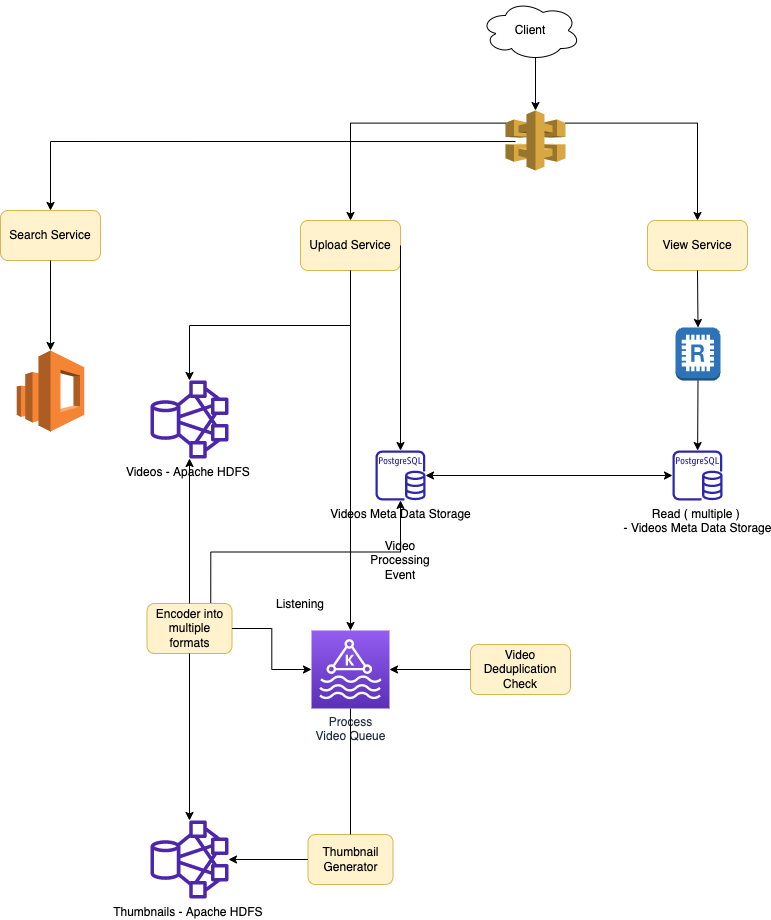
The draw.io diagram src/3_HLDDesignProblems/YouTubeVideoStreaming/HLD-YouTube-Streaming.drawio.png in Anshul619/HLD-System-Designs, before a commit. Source tidied: cells renumbered, new cells last; positions are measured from the earlier drawing's top-left corner, leaving out a move shared by most shapes.
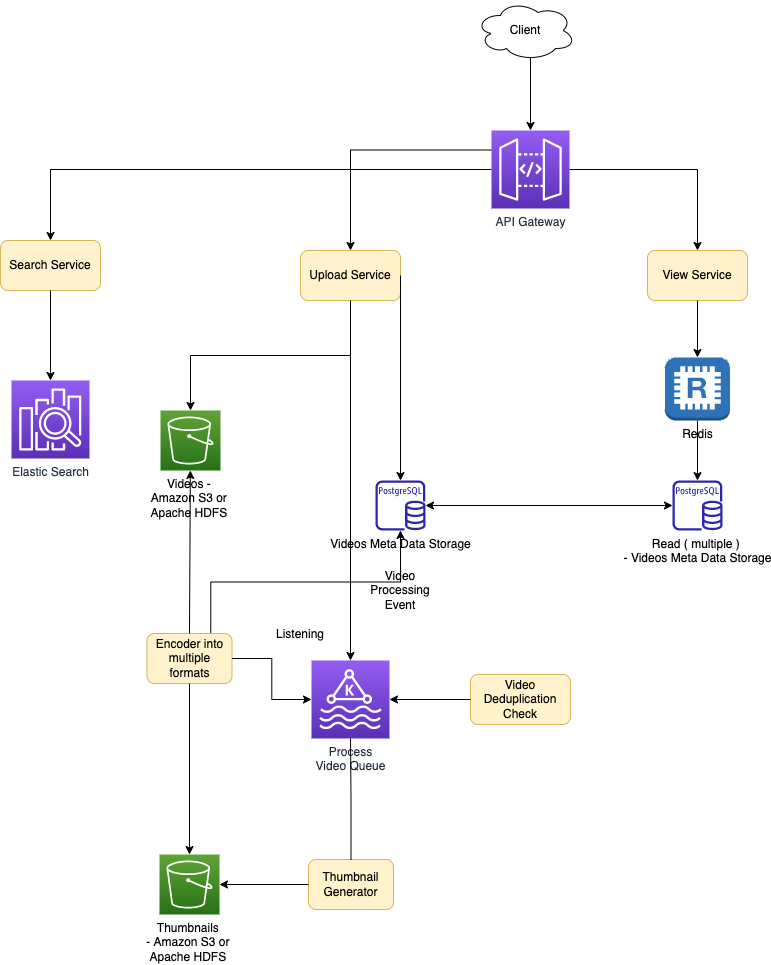
After the commit.

Change to the diagram source:
```diff
@@ -6,12 +6,9 @@
       <mxGeometry relative="1" as="geometry" />
     </mxCell>
     <mxCell id="3" value="Client" style="ellipse;shape=cloud;whiteSpace=wrap;html=1;" parent="1" vertex="1">
-      <mxGeometry x="480" width="100" height="60" as="geometry" />
+      <mxGeometry x="475" y="-30" width="100" height="60" as="geometry" />
     </mxCell>
-    <mxCell id="4" style="outlineConnect=0;dashed=0;verticalLabelPosition=bottom;verticalAlign=top;align=center;html=1;shape=mxgraph.aws3.api_gateway;fillColor=#D9A741;gradientColor=none;" parent="1" vertex="1">
-      <mxGeometry x="505" y="110" width="60" height="60" as="geometry" />
-    </mxCell>
-    <mxCell id="5" style="endArrow=classic;html=1;rounded=0;exitX=0.55;exitY=0.95;exitDx=0;exitDy=0;exitPerimeter=0;" parent="1" edge="1" source="3" target="4">
+    <mxCell id="5" style="endArrow=classic;html=1;rounded=0;exitX=0.55;exitY=0.95;exitDx=0;exitDy=0;exitPerimeter=0;entryX=0.5;entryY=0;entryDx=0;entryDy=0;entryPerimeter=0;" parent="1" edge="1" source="3" target="39">
       <mxGeometry relative="1" as="geometry" />
     </mxCell>
     <mxCell id="6" value="Upload Service" style="rounded=1;whiteSpace=wrap;html=1;fillColor=#fff2cc;strokeColor=#d6b656;" parent="1" vertex="1">
@@ -23,23 +20,23 @@
     <mxCell id="8" value="View Service" style="rounded=1;whiteSpace=wrap;html=1;fillColor=#fff2cc;strokeColor=#d6b656;" parent="1" vertex="1">
       <mxGeometry x="647" y="220" width="100" height="50" as="geometry" />
     </mxCell>
-    <mxCell id="9" style="endArrow=classic;html=1;rounded=0;entryX=0.5;entryY=0;entryDx=0;entryDy=0;exitX=0;exitY=0.21;exitDx=0;exitDy=0;exitPerimeter=0;edgeStyle=orthogonalEdgeStyle;" parent="1" edge="1" source="4" target="6">
+    <mxCell id="9" style="endArrow=classic;html=1;rounded=0;entryX=0.5;entryY=0;entryDx=0;entryDy=0;exitX=0;exitY=0.25;exitDx=0;exitDy=0;exitPerimeter=0;edgeStyle=orthogonalEdgeStyle;" parent="1" edge="1" source="39" target="6">
       <mxGeometry relative="1" as="geometry" />
     </mxCell>
-    <mxCell id="10" style="endArrow=classic;html=1;rounded=0;exitX=0.167;exitY=0.517;exitDx=0;exitDy=0;exitPerimeter=0;entryX=0.5;entryY=0;entryDx=0;entryDy=0;edgeStyle=orthogonalEdgeStyle;" parent="1" edge="1" source="4" target="7">
+    <mxCell id="10" style="endArrow=classic;html=1;rounded=0;exitX=0;exitY=0.5;exitDx=0;exitDy=0;exitPerimeter=0;entryX=0.5;entryY=0;entryDx=0;entryDy=0;edgeStyle=orthogonalEdgeStyle;" parent="1" edge="1" source="39" target="7">
       <mxGeometry relative="1" as="geometry" />
     </mxCell>
-    <mxCell id="11" style="endArrow=classic;html=1;rounded=0;exitX=1;exitY=0.21;exitDx=0;exitDy=0;exitPerimeter=0;entryX=0.5;entryY=0;entryDx=0;entryDy=0;edgeStyle=orthogonalEdgeStyle;" parent="1" edge="1" source="4" target="8">
+    <mxCell id="11" style="endArrow=classic;html=1;rounded=0;entryX=0.5;entryY=0;entryDx=0;entryDy=0;edgeStyle=orthogonalEdgeStyle;" parent="1" edge="1" source="39" target="8">
       <mxGeometry relative="1" as="geometry" />
     </mxCell>
-    <mxCell id="12" style="endArrow=classic;html=1;rounded=0;exitX=0.5;exitY=1;exitDx=0;exitDy=0;edgeStyle=orthogonalEdgeStyle;" parent="1" edge="1" source="6" target="20">
+    <mxCell id="12" style="endArrow=classic;html=1;rounded=0;exitX=0.5;exitY=1;exitDx=0;exitDy=0;edgeStyle=orthogonalEdgeStyle;entryX=0.5;entryY=0;entryDx=0;entryDy=0;entryPerimeter=0;" parent="1" edge="1" source="6" target="40">
       <mxGeometry relative="1" as="geometry" />
     </mxCell>
     <mxCell id="13" value="Encoder into multiple formats" style="rounded=1;whiteSpace=wrap;html=1;fillColor=#fff2cc;strokeColor=#d6b656;" parent="1" vertex="1">
       <mxGeometry x="146.5" y="603" width="85" height="50" as="geometry" />
     </mxCell>
     <mxCell id="14" value="Thumbnail Generator" style="rounded=1;whiteSpace=wrap;html=1;fillColor=#fff2cc;strokeColor=#d6b656;" parent="1" vertex="1">
-      <mxGeometry x="307.5" y="834" width="85" height="50" as="geometry" />
+      <mxGeometry x="308" y="829" width="85" height="50" as="geometry" />
     </mxCell>
     <mxCell id="15" style="endArrow=classic;html=1;rounded=0;edgeStyle=orthogonalEdgeStyle;" parent="1" edge="1" source="13" target="36">
       <mxGeometry relative="1" as="geometry" />
@@ -55,28 +52,19 @@
     <mxCell id="18" value="Video Processing Event" style="text;html=1;strokeColor=none;fillColor=none;align=center;verticalAlign=middle;whiteSpace=wrap;rounded=0;" parent="1" vertex="1">
       <mxGeometry x="355" y="540" width="90" height="40" as="geometry" />
     </mxCell>
-    <mxCell id="19" style="endArrow=classic;html=1;rounded=0;exitX=0;exitY=0.5;exitDx=0;exitDy=0;edgeStyle=orthogonalEdgeStyle;" parent="1" edge="1" source="14" target="21">
+    <mxCell id="19" style="endArrow=classic;html=1;rounded=0;exitX=0;exitY=0.5;exitDx=0;exitDy=0;edgeStyle=orthogonalEdgeStyle;" parent="1" edge="1" source="14" target="41">
       <mxGeometry relative="1" as="geometry" />
     </mxCell>
-    <mxCell id="20" value="&lt;span style=&quot;color: rgb(0, 0, 0);&quot;&gt;Videos - Apache HDFS&amp;nbsp;&lt;/span&gt;" style="sketch=0;outlineConnect=0;fontColor=#232F3E;gradientColor=none;fillColor=#4D27AA;strokeColor=none;dashed=0;verticalLabelPosition=bottom;verticalAlign=top;align=center;html=1;fontSize=12;fontStyle=0;shape=mxgraph.aws4.hdfs_cluster;" parent="1" vertex="1">
-      <mxGeometry x="150" y="380" width="78" height="78" as="geometry" />
-    </mxCell>
-    <mxCell id="21" value="&lt;span style=&quot;color: rgb(0, 0, 0);&quot;&gt;Thumbnails - Apache HDFS&amp;nbsp;&lt;/span&gt;" style="sketch=0;outlineConnect=0;fontColor=#232F3E;gradientColor=none;fillColor=#4D27AA;strokeColor=none;dashed=0;verticalLabelPosition=bottom;verticalAlign=top;align=center;html=1;fontSize=12;fontStyle=0;shape=mxgraph.aws4.hdfs_cluster;" parent="1" vertex="1">
-      <mxGeometry x="150" y="820" width="78" height="78" as="geometry" />
-    </mxCell>
-    <mxCell id="22" style="endArrow=classic;html=1;rounded=0;exitX=0.5;exitY=0;exitDx=0;exitDy=0;" parent="1" edge="1" source="13" target="20">
+    <mxCell id="22" style="endArrow=classic;html=1;rounded=0;exitX=0.5;exitY=0;exitDx=0;exitDy=0;" parent="1" edge="1" source="13" target="40">
       <mxGeometry relative="1" as="geometry" />
     </mxCell>
-    <mxCell id="23" style="outlineConnect=0;dashed=0;verticalLabelPosition=bottom;verticalAlign=top;align=center;html=1;shape=mxgraph.aws3.elasticsearch_service;fillColor=#F58534;gradientColor=none;" parent="1" vertex="1">
-      <mxGeometry x="16.2" y="350" width="67.5" height="81" as="geometry" />
-    </mxCell>
-    <mxCell id="24" style="endArrow=classic;html=1;rounded=0;exitX=0.5;exitY=1;exitDx=0;exitDy=0;entryX=0.5;entryY=0;entryDx=0;entryDy=0;entryPerimeter=0;" parent="1" edge="1" source="7" target="23">
+    <mxCell id="24" style="endArrow=classic;html=1;rounded=0;exitX=0.5;exitY=1;exitDx=0;exitDy=0;" parent="1" edge="1" source="7" target="38">
       <mxGeometry relative="1" as="geometry" />
     </mxCell>
     <mxCell id="25" style="endArrow=classic;html=1;rounded=0;exitX=1;exitY=0.5;exitDx=0;exitDy=0;" parent="1" edge="1" source="6" target="27">
       <mxGeometry relative="1" as="geometry" />
     </mxCell>
-    <mxCell id="26" style="endArrow=classic;html=1;rounded=0;exitX=0.5;exitY=1;exitDx=0;exitDy=0;edgeStyle=orthogonalEdgeStyle;" parent="1" edge="1" source="13" target="21">
+    <mxCell id="26" style="endArrow=classic;html=1;rounded=0;exitX=0.5;exitY=1;exitDx=0;exitDy=0;edgeStyle=orthogonalEdgeStyle;entryX=0.5;entryY=0;entryDx=0;entryDy=0;entryPerimeter=0;" parent="1" edge="1" source="13" target="41">
       <mxGeometry relative="1" as="geometry" />
     </mxCell>
     <mxCell id="27" value="&lt;span style=&quot;color: rgb(0, 0, 0);&quot;&gt;Videos Meta Data Storage&lt;/span&gt;" style="sketch=0;outlineConnect=0;fontColor=#232F3E;gradientColor=none;fillColor=#2E27AD;strokeColor=none;dashed=0;verticalLabelPosition=bottom;verticalAlign=top;align=center;html=1;fontSize=12;fontStyle=0;shape=mxgraph.aws4.rds_postgresql_instance;" parent="1" vertex="1">
@@ -91,8 +79,8 @@
     <mxCell id="30" value="Listening" style="text;html=1;strokeColor=none;fillColor=none;align=center;verticalAlign=middle;whiteSpace=wrap;rounded=0;" parent="1" vertex="1">
       <mxGeometry x="270" y="589" width="60" height="30" as="geometry" />
     </mxCell>
-    <mxCell id="31" style="outlineConnect=0;dashed=0;verticalLabelPosition=bottom;verticalAlign=top;align=center;html=1;shape=mxgraph.aws3.redis;fillColor=#2E73B8;gradientColor=none;" parent="1" vertex="1">
-      <mxGeometry x="675" y="327" width="45" height="53" as="geometry" />
+    <mxCell id="31" value="Redis" style="outlineConnect=0;dashed=0;verticalLabelPosition=bottom;verticalAlign=top;align=center;html=1;shape=mxgraph.aws3.redis;fillColor=#2E73B8;gradientColor=none;" parent="1" vertex="1">
+      <mxGeometry x="664.5" y="327" width="65" height="63" as="geometry" />
     </mxCell>
     <mxCell id="32" style="endArrow=classic;html=1;rounded=0;exitX=0.5;exitY=1;exitDx=0;exitDy=0;entryX=0.5;entryY=0;entryDx=0;entryDy=0;entryPerimeter=0;" parent="1" edge="1" source="8" target="31">
       <mxGeometry relative="1" as="geometry" />
@@ -112,5 +100,17 @@
     <mxCell id="37" style="endArrow=none;html=1;rounded=0;exitX=0.5;exitY=0;exitDx=0;exitDy=0;edgeStyle=orthogonalEdgeStyle;" parent="1" edge="1" source="14" target="36">
       <mxGeometry relative="1" as="geometry" />
     </mxCell>
+    <mxCell id="38" value="Elastic Search" style="sketch=0;points=[[0,0,0],[0.25,0,0],[0.5,0,0],[0.75,0,0],[1,0,0],[0,1,0],[0.25,1,0],[0.5,1,0],[0.75,1,0],[1,1,0],[0,0.25,0],[0,0.5,0],[0,0.75,0],[1,0.25,0],[1,0.5,0],[1,0.75,0]];outlineConnect=0;fontColor=#232F3E;gradientColor=#945DF2;gradientDirection=north;fillColor=#5A30B5;strokeColor=#ffffff;dashed=0;verticalLabelPosition=bottom;verticalAlign=top;align=center;html=1;fontSize=12;fontStyle=0;shape=mxgraph.aws4.resourceIcon;resIcon=mxgraph.aws4.elasticsearch_service;" parent="1" vertex="1">
+      <mxGeometry x="11" y="350" width="78" height="78" as="geometry" />
+    </mxCell>
+    <mxCell id="39" value="API Gateway" style="sketch=0;points=[[0,0,0],[0.25,0,0],[0.5,0,0],[0.75,0,0],[1,0,0],[0,1,0],[0.25,1,0],[0.5,1,0],[0.75,1,0],[1,1,0],[0,0.25,0],[0,0.5,0],[0,0.75,0],[1,0.25,0],[1,0.5,0],[1,0.75,0]];outlineConnect=0;fontColor=#232F3E;gradientColor=#945DF2;gradientDirection=north;fillColor=#5A30B5;strokeColor=#ffffff;dashed=0;verticalLabelPosition=bottom;verticalAlign=top;align=center;html=1;fontSize=12;fontStyle=0;shape=mxgraph.aws4.resourceIcon;resIcon=mxgraph.aws4.api_gateway;" parent="1" vertex="1">
+      <mxGeometry x="491" y="100" width="78" height="78" as="geometry" />
+    </mxCell>
+    <mxCell id="40" value="&lt;span style=&quot;color: rgb(0, 0, 0);&quot;&gt;Videos - &lt;br&gt;Amazon S3 or &lt;br&gt;Apache HDFS&amp;nbsp;&lt;/span&gt;" style="sketch=0;points=[[0,0,0],[0.25,0,0],[0.5,0,0],[0.75,0,0],[1,0,0],[0,1,0],[0.25,1,0],[0.5,1,0],[0.75,1,0],[1,1,0],[0,0.25,0],[0,0.5,0],[0,0.75,0],[1,0.25,0],[1,0.5,0],[1,0.75,0]];outlineConnect=0;fontColor=#232F3E;gradientColor=#60A337;gradientDirection=north;fillColor=#277116;strokeColor=#ffffff;dashed=0;verticalLabelPosition=bottom;verticalAlign=top;align=center;html=1;fontSize=12;fontStyle=0;shape=mxgraph.aws4.resourceIcon;resIcon=mxgraph.aws4.s3;" parent="1" vertex="1">
+      <mxGeometry x="160" y="380" width="60" height="60" as="geometry" />
+    </mxCell>
+    <mxCell id="41" value="&lt;span style=&quot;color: rgb(0, 0, 0);&quot;&gt;Thumbnails &lt;br&gt;- Amazon S3 or &lt;br&gt;Apache HDFS&amp;nbsp;&lt;/span&gt;" style="sketch=0;points=[[0,0,0],[0.25,0,0],[0.5,0,0],[0.75,0,0],[1,0,0],[0,1,0],[0.25,1,0],[0.5,1,0],[0.75,1,0],[1,1,0],[0,0.25,0],[0,0.5,0],[0,0.75,0],[1,0.25,0],[1,0.5,0],[1,0.75,0]];outlineConnect=0;fontColor=#232F3E;gradientColor=#60A337;gradientDirection=north;fillColor=#277116;strokeColor=#ffffff;dashed=0;verticalLabelPosition=bottom;verticalAlign=top;align=center;html=1;fontSize=12;fontStyle=0;shape=mxgraph.aws4.resourceIcon;resIcon=mxgraph.aws4.s3;" parent="1" vertex="1">
+      <mxGeometry x="159" y="824" width="60" height="60" as="geometry" />
+    </mxCell>
   </root>
 </mxGraphModel>
```
